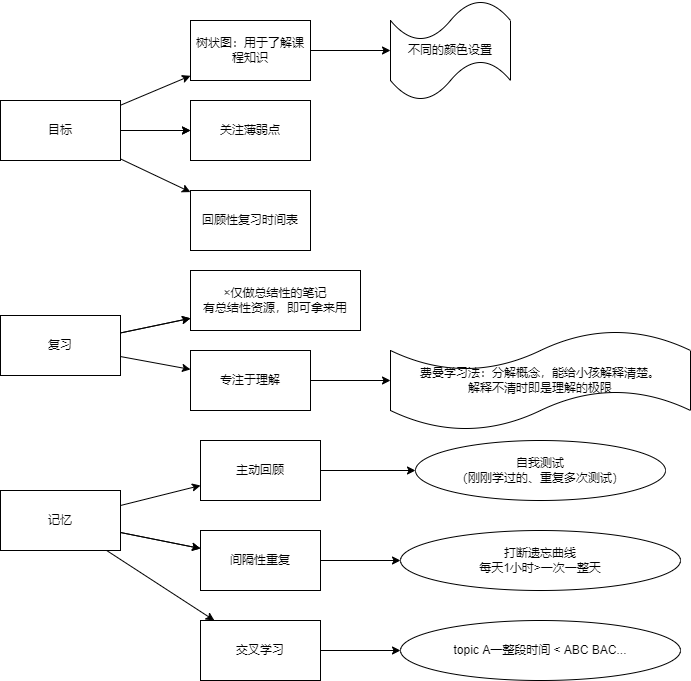
Before: Untitled Diagram.drawio.png, a diagram exported from draw.io (ShortPupil/VPicture). Source tidied: cells renumbered, new cells last; positions are measured from the earlier drawing's top-left corner, leaving out a move shared by most shapes.
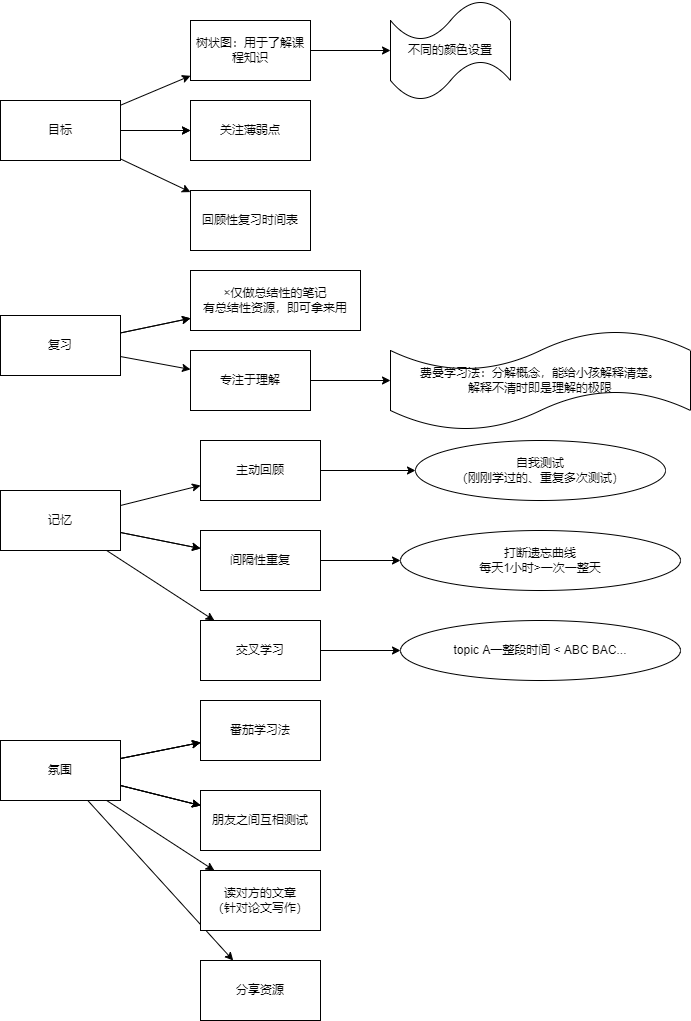
The same diagram one commit later.

What changed in the source:
```diff
@@ -101,5 +101,44 @@
     <mxCell id="34" style="edgeStyle=none;rounded=0;orthogonalLoop=1;jettySize=auto;html=1;entryX=1;entryY=0.5;entryDx=0;entryDy=0;" parent="1" edge="1" source="33" target="33">
       <mxGeometry relative="1" as="geometry" />
     </mxCell>
+    <mxCell id="35" style="edgeStyle=none;rounded=0;jettySize=auto;html=1;" parent="1" edge="1" source="43" target="44">
+      <mxGeometry relative="1" as="geometry" />
+    </mxCell>
+    <mxCell id="36" style="edgeStyle=none;rounded=0;jettySize=auto;html=1;" parent="1" edge="1" source="43" target="44">
+      <mxGeometry relative="1" as="geometry" />
+    </mxCell>
+    <mxCell id="37" style="edgeStyle=none;rounded=0;jettySize=auto;html=1;" parent="1" edge="1" source="43" target="44">
+      <mxGeometry relative="1" as="geometry" />
+    </mxCell>
+    <mxCell id="38" style="edgeStyle=none;rounded=0;jettySize=auto;html=1;" parent="1" edge="1" source="43" target="45">
+      <mxGeometry relative="1" as="geometry" />
+    </mxCell>
+    <mxCell id="39" style="edgeStyle=none;rounded=0;jettySize=auto;html=1;" parent="1" edge="1" source="43" target="45">
+      <mxGeometry relative="1" as="geometry" />
+    </mxCell>
+    <mxCell id="40" style="edgeStyle=none;rounded=0;jettySize=auto;html=1;" parent="1" edge="1" source="43" target="46">
+      <mxGeometry relative="1" as="geometry" />
+    </mxCell>
+    <mxCell id="41" style="edgeStyle=none;rounded=0;jettySize=auto;html=1;" parent="1" edge="1" source="43" target="45">
+      <mxGeometry relative="1" as="geometry" />
+    </mxCell>
+    <mxCell id="42" style="edgeStyle=none;rounded=0;jettySize=auto;html=1;" parent="1" edge="1" source="43" target="47">
+      <mxGeometry relative="1" as="geometry" />
+    </mxCell>
+    <mxCell id="43" value="氛围" style="rounded=0;whiteSpace=wrap;html=1;" parent="1" vertex="1">
+      <mxGeometry y="740" width="120" height="60" as="geometry" />
+    </mxCell>
+    <mxCell id="44" value="番茄学习法" style="whiteSpace=wrap;html=1;rounded=0;" parent="1" vertex="1">
+      <mxGeometry x="200" y="700" width="120" height="60" as="geometry" />
+    </mxCell>
+    <mxCell id="45" value="朋友之间互相测试" style="whiteSpace=wrap;html=1;rounded=0;" parent="1" vertex="1">
+      <mxGeometry x="200" y="790" width="120" height="60" as="geometry" />
+    </mxCell>
+    <mxCell id="46" value="读对方的文章&lt;br&gt;（针对论文写作）" style="whiteSpace=wrap;html=1;rounded=0;" parent="1" vertex="1">
+      <mxGeometry x="200" y="870" width="120" height="60" as="geometry" />
+    </mxCell>
+    <mxCell id="47" value="分享资源" style="whiteSpace=wrap;html=1;rounded=0;" parent="1" vertex="1">
+      <mxGeometry x="200" y="960" width="120" height="60" as="geometry" />
+    </mxCell>
   </root>
 </mxGraphModel>
```
